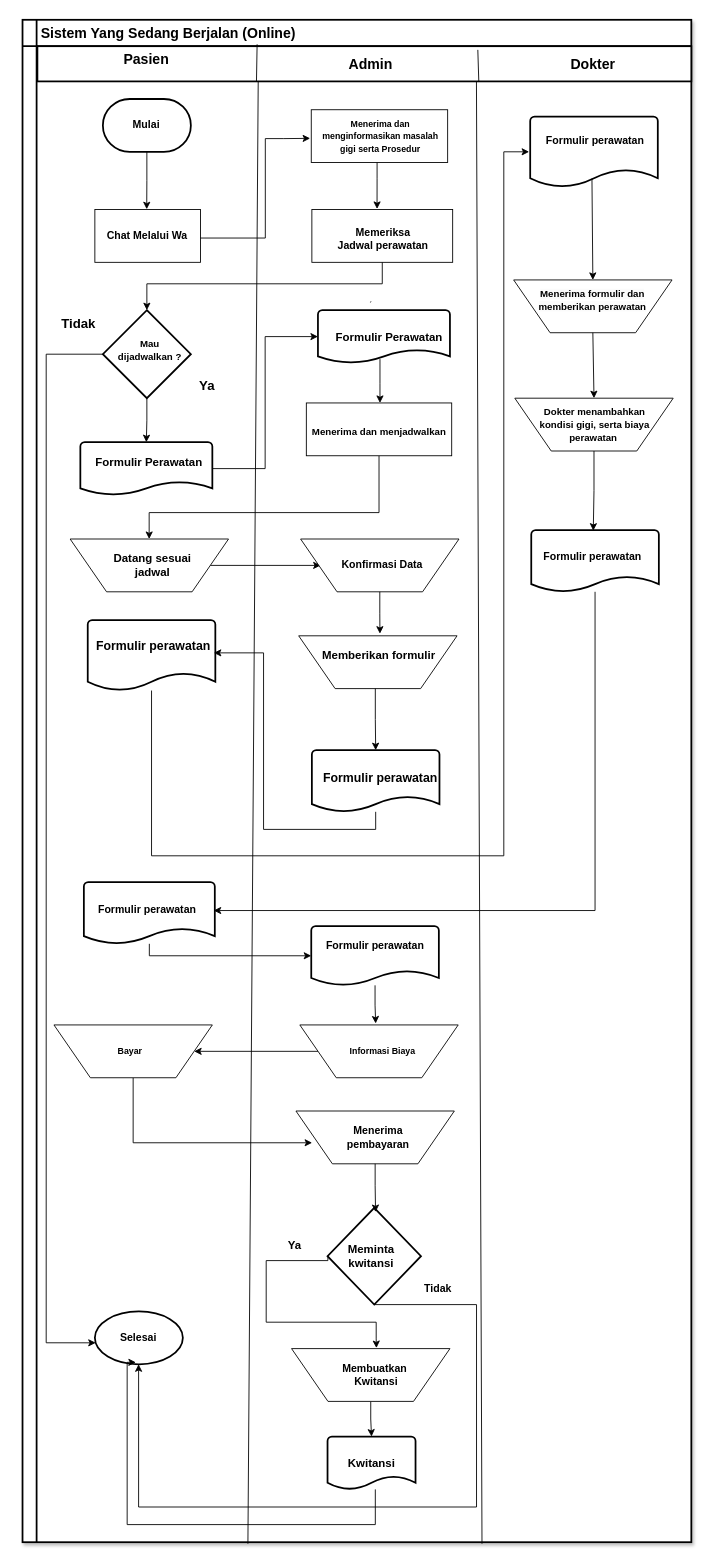
Before: page "Copy of online" (5 of 5) of Untitled Diagram.drawio in lukmanprasetyo/Business-Model-Canvas-BMC-, a draw.io diagram. Source tidied: cells renumbered, new cells numbered last; positions are measured from the earlier drawing's top-left corner, leaving out a move shared by most shapes. Both pictures are drawn from the tidied source at 88%, with x=0, y=0 at pixel (14, 15).
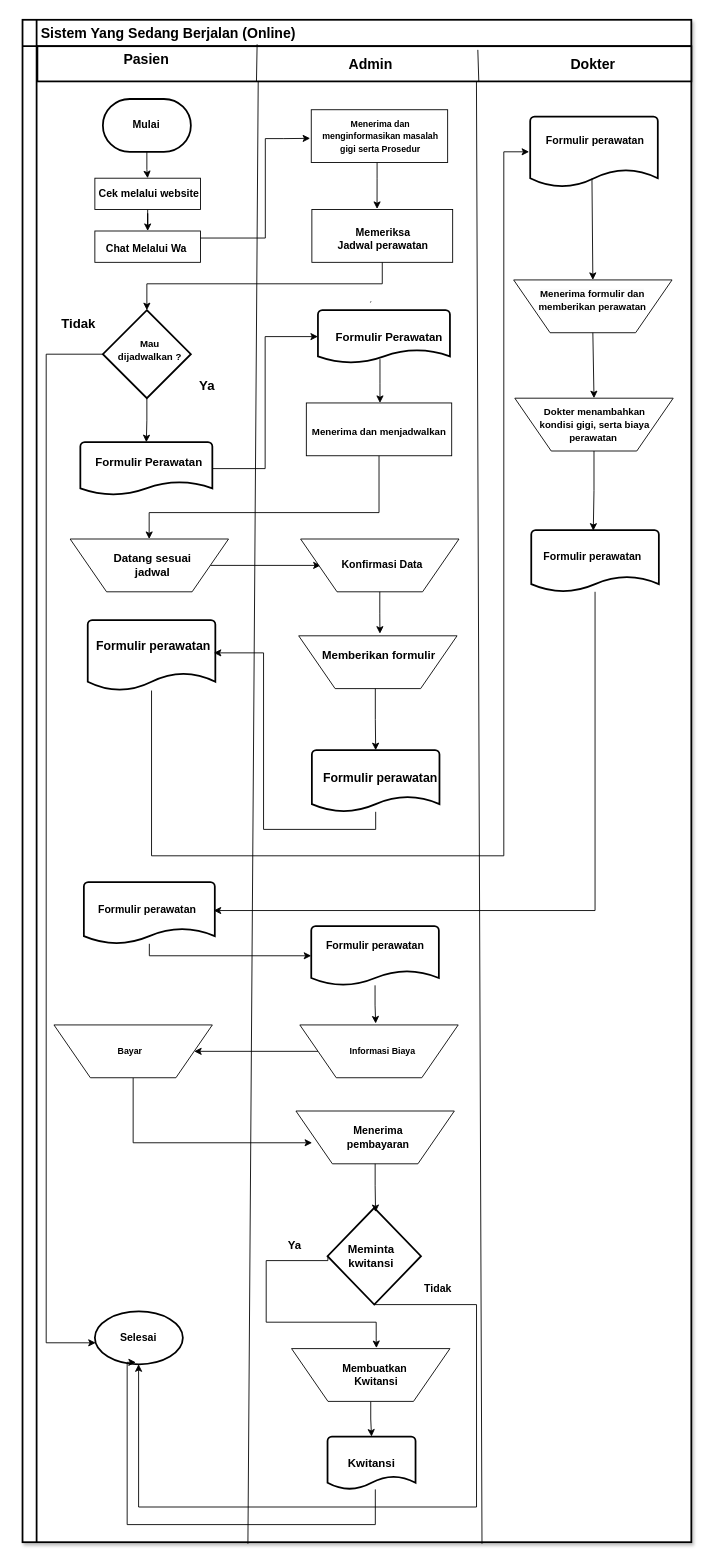
Above is the later version.

The change refers to these unchanged cells:
```xml
<mxCell id="8" value="Mulai" style="strokeWidth=2;html=1;shape=mxgraph.flowchart.terminator;whiteSpace=wrap;fontStyle=1;" parent="1" vertex="1">
  <mxGeometry x="100.4" y="95" width="100" height="60" as="geometry" />
</mxCell>
```

What changed in the source:
```diff
@@
-    <mxCell id="7" style="edgeStyle=orthogonalEdgeStyle;rounded=0;jettySize=auto;html=1;entryX=0.491;entryY=-0.005;entryDx=0;entryDy=0;entryPerimeter=0;" parent="1" edge="1" source="8" target="55">
-      <mxGeometry relative="1" as="geometry" />
-    </mxCell>
+    <mxCell id="92" style="edgeStyle=orthogonalEdgeStyle;rounded=0;jettySize=auto;html=1;entryX=0.5;entryY=0;entryDx=0;entryDy=0;" parent="1" edge="1" source="8" target="94">
+      <mxGeometry relative="1" as="geometry" />
+    </mxCell>
@@
     <mxCell id="55" style="rounded=0;whiteSpace=wrap;html=1;" parent="1" vertex="1">
-      <mxGeometry x="91.3" y="220.6" width="120" height="60" as="geometry" />
+      <mxGeometry x="91.3" y="245" width="120" height="35.6" as="geometry" />
     </mxCell>
     <mxCell id="56" value="&lt;span style=&quot;font-style: normal;&quot;&gt;Chat Melalui Wa&lt;/span&gt;" style="text;html=1;strokeColor=none;fillColor=none;align=center;verticalAlign=middle;whiteSpace=wrap;rounded=0;fontStyle=3;" parent="1" vertex="1">
-      <mxGeometry x="91.3" y="235" width="120" height="31.2" as="geometry" />
+      <mxGeometry x="90.4" y="249.4" width="120" height="31.2" as="geometry" />
     </mxCell>
@@
+    <mxCell id="93" style="edgeStyle=orthogonalEdgeStyle;rounded=0;jettySize=auto;html=1;entryX=0.5;entryY=0;entryDx=0;entryDy=0;" parent="1" edge="1" source="94" target="55">
+      <mxGeometry relative="1" as="geometry" />
+    </mxCell>
+    <mxCell id="94" style="rounded=0;whiteSpace=wrap;html=1;" parent="1" vertex="1">
+      <mxGeometry x="91.3" y="185" width="120" height="35.6" as="geometry" />
+    </mxCell>
+    <mxCell id="95" value="&lt;span style=&quot;font-style: normal;&quot;&gt;Cek melalui website&lt;/span&gt;" style="text;html=1;strokeColor=none;fillColor=none;align=center;verticalAlign=middle;whiteSpace=wrap;rounded=0;fontStyle=3;" parent="1" vertex="1">
+      <mxGeometry x="93.2" y="187.2" width="120" height="31.2" as="geometry" />
+    </mxCell>
```
